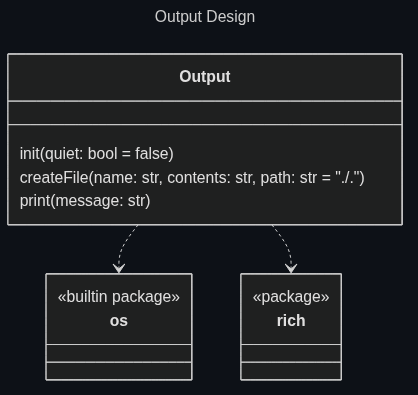
Oldranda1414/AutoDev keeps this Mermaid diagram as docs/assets/mermaid/output_design.png. Above is the earlier version. Its source is kept beside it as docs/assets/src/output_design.mmd. The source it was exported from:
```mermaid
---
title: Output Design
---
classDiagram
    class Output {
        init(quiet: bool = false)
        create_file(name: str, contents: str, path: str = "./.")
        print(message: str)
    }

    class os {
        <<builtin package>>
    }

    class rich {
        <<package>>
    }

    Output ..> os
    Output ..> rich
```
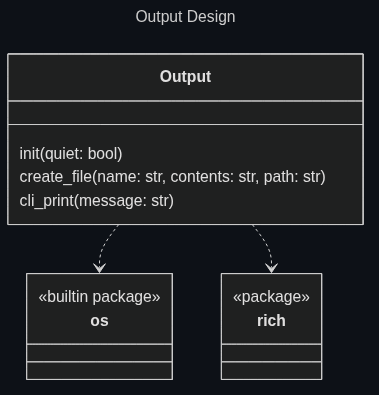
After the commit.

The edit, as a diff of the source:
```diff
@@ -3,9 +3,9 @@
 ---
 classDiagram
     class Output {
-        init(quiet: bool = false)
-        create_file(name: str, contents: str, path: str = "./.")
-        print(message: str)
+        init(quiet: bool)
+        create_file(name: str, contents: str, path: str)
+        cli_print(message: str)
     }
 
     class os {
```
